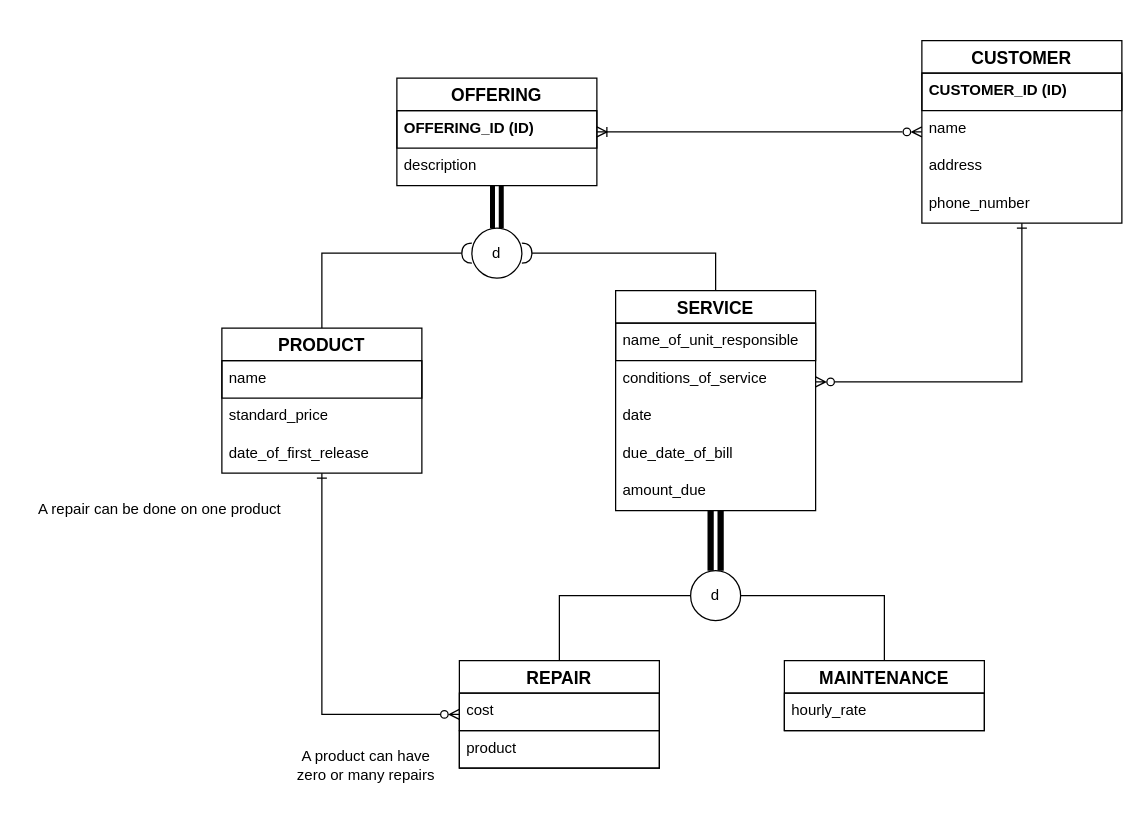
Above: page "Exercise 2" (2 of 2) of Feb10ERD.drawio in robeeds/is380-drawio (draw.io), before the change. Source tidied: cells renumbered, new cells numbered last; positions are measured from the earlier drawing's top-left corner, leaving out a move shared by most shapes. Both pictures are drawn from the tidied source at 125%, with x=0, y=0 at pixel (21, 40).
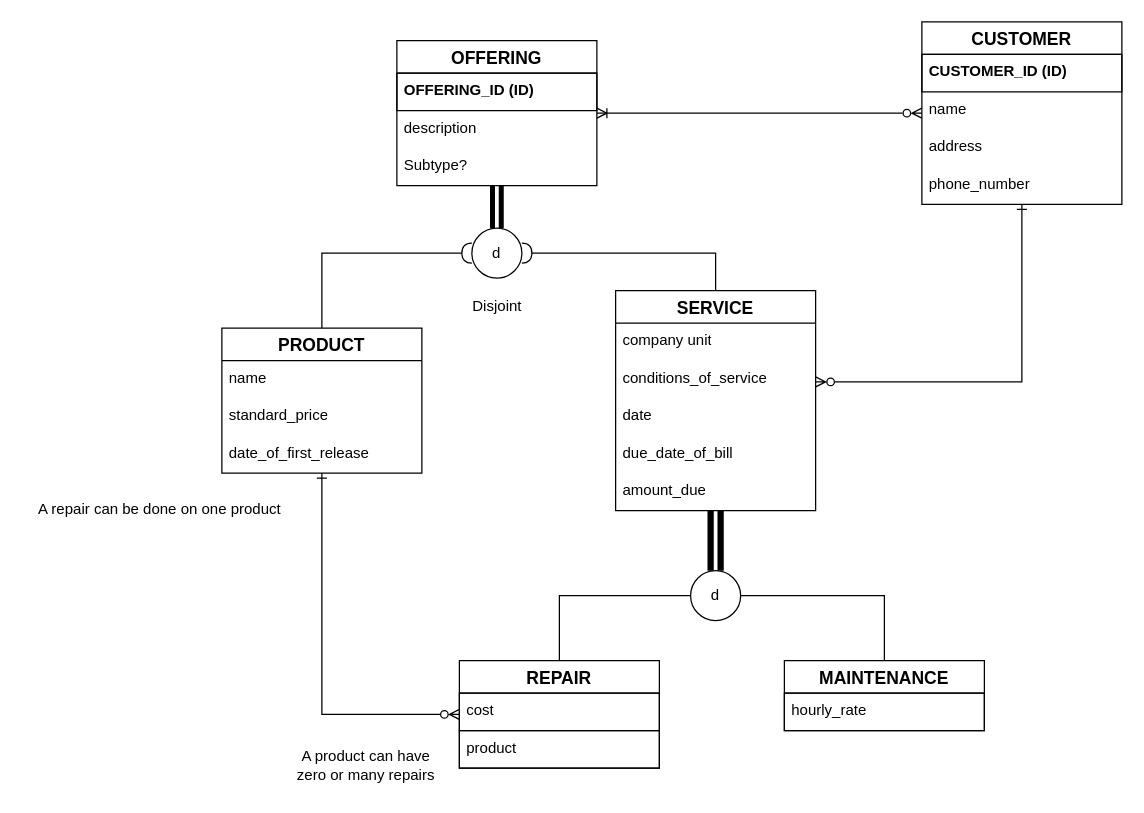
The same diagram, later.

The change refers to these unchanged cells:
```xml
<mxCell id="9" value="PRODUCT" style="swimlane;fontStyle=1;horizontal=1;startSize=26;align=center;fontSize=14;" parent="1" vertex="1">
  <mxGeometry x="160" y="230" width="160" height="116" as="geometry" />
</mxCell>
<mxCell id="14" value="SERVICE" style="swimlane;fontStyle=1;horizontal=1;startSize=26;align=center;fontSize=14;" parent="1" vertex="1">
  <mxGeometry x="475" y="200" width="160" height="176" as="geometry" />
</mxCell>
```

What changed in the source:
```diff
@@
     <mxCell id="3" value="OFFERING" style="swimlane;fontStyle=1;horizontal=1;startSize=26;align=center;fontSize=14;" parent="1" vertex="1">
-      <mxGeometry x="300" y="30" width="160" height="86" as="geometry" />
+      <mxGeometry x="300" width="160" height="116" as="geometry" />
     </mxCell>
@@
+    <mxCell id="38" value="Subtype?" style="text;strokeColor=none;fillColor=none;spacingLeft=4;spacingRight=4;overflow=hidden;fontSize=12;whiteSpace=wrap;html=1;" parent="3" vertex="1">
+      <mxGeometry y="86" width="160" height="30" as="geometry" />
+    </mxCell>
@@
-    <mxCell id="10" value="name" style="text;strokeColor=default;fillColor=none;spacingLeft=4;spacingRight=4;overflow=hidden;fontSize=12;whiteSpace=wrap;html=1;" parent="9" vertex="1">
+    <mxCell id="10" value="name" style="text;strokeColor=none;fillColor=none;spacingLeft=4;spacingRight=4;overflow=hidden;fontSize=12;whiteSpace=wrap;html=1;" parent="9" vertex="1">
       <mxGeometry y="26" width="160" height="30" as="geometry" />
     </mxCell>
@@
-    <mxCell id="15" value="name_of_unit_responsible" style="text;strokeColor=default;fillColor=none;spacingLeft=4;spacingRight=4;overflow=hidden;fontSize=12;whiteSpace=wrap;html=1;" parent="14" vertex="1">
+    <mxCell id="15" value="company unit" style="text;strokeColor=none;fillColor=none;spacingLeft=4;spacingRight=4;overflow=hidden;fontSize=12;whiteSpace=wrap;html=1;" parent="14" vertex="1">
       <mxGeometry y="26" width="160" height="30" as="geometry" />
     </mxCell>
@@
     <mxCell id="31" value="CUSTOMER" style="swimlane;fontStyle=1;horizontal=1;startSize=26;align=center;fontSize=14;" parent="1" vertex="1">
-      <mxGeometry x="720" width="160" height="146" as="geometry" />
+      <mxGeometry x="720" y="-15" width="160" height="146" as="geometry" />
     </mxCell>
@@
+    <mxCell id="39" value="Disjoint" style="text;html=1;align=center;verticalAlign=middle;strokeColor=none;fillColor=none;" parent="1" vertex="1">
+      <mxGeometry x="350" y="198" width="60" height="30" as="geometry" />
+    </mxCell>
```
